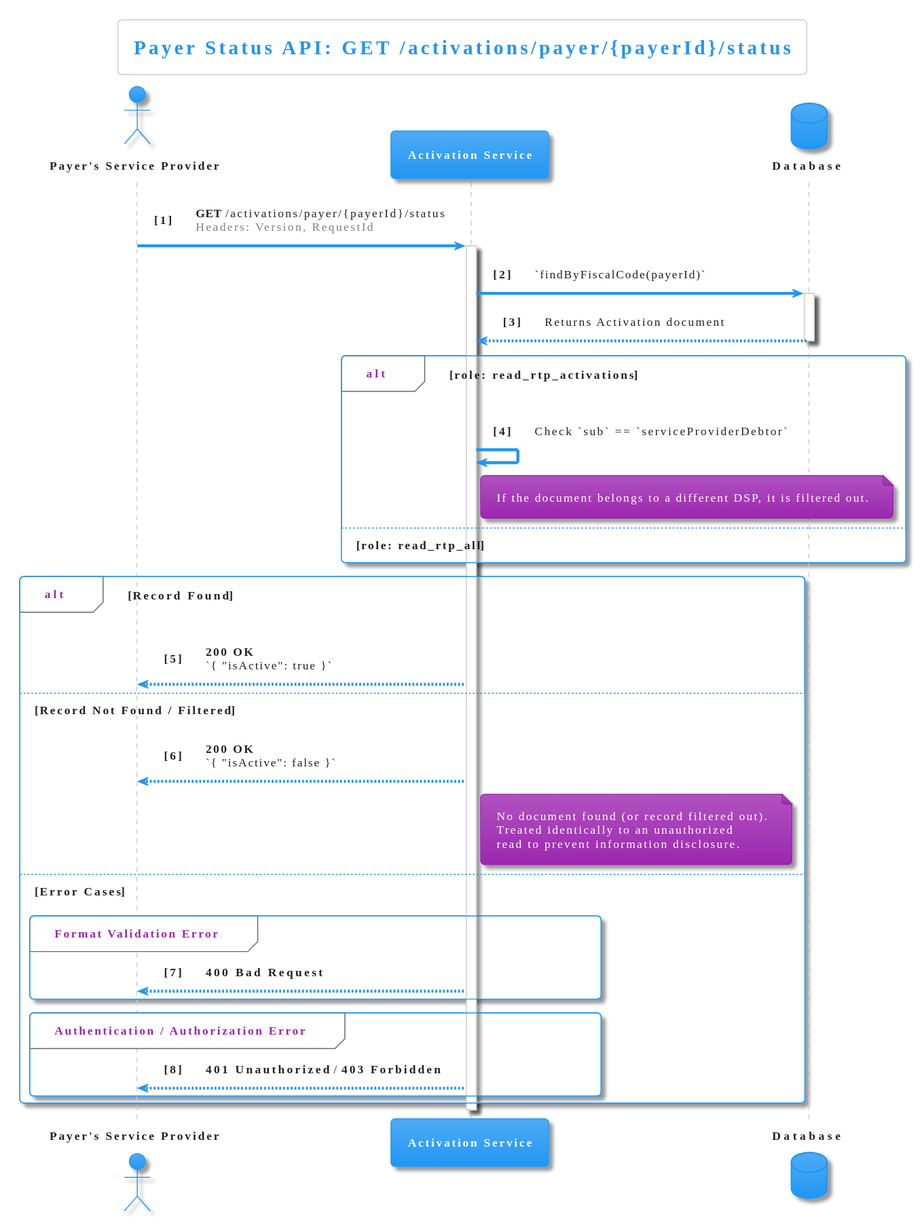
This is diagrams/get-payer-status.svg from pagopa/rtp-docs, a PlantUML export, as it was before one commit.
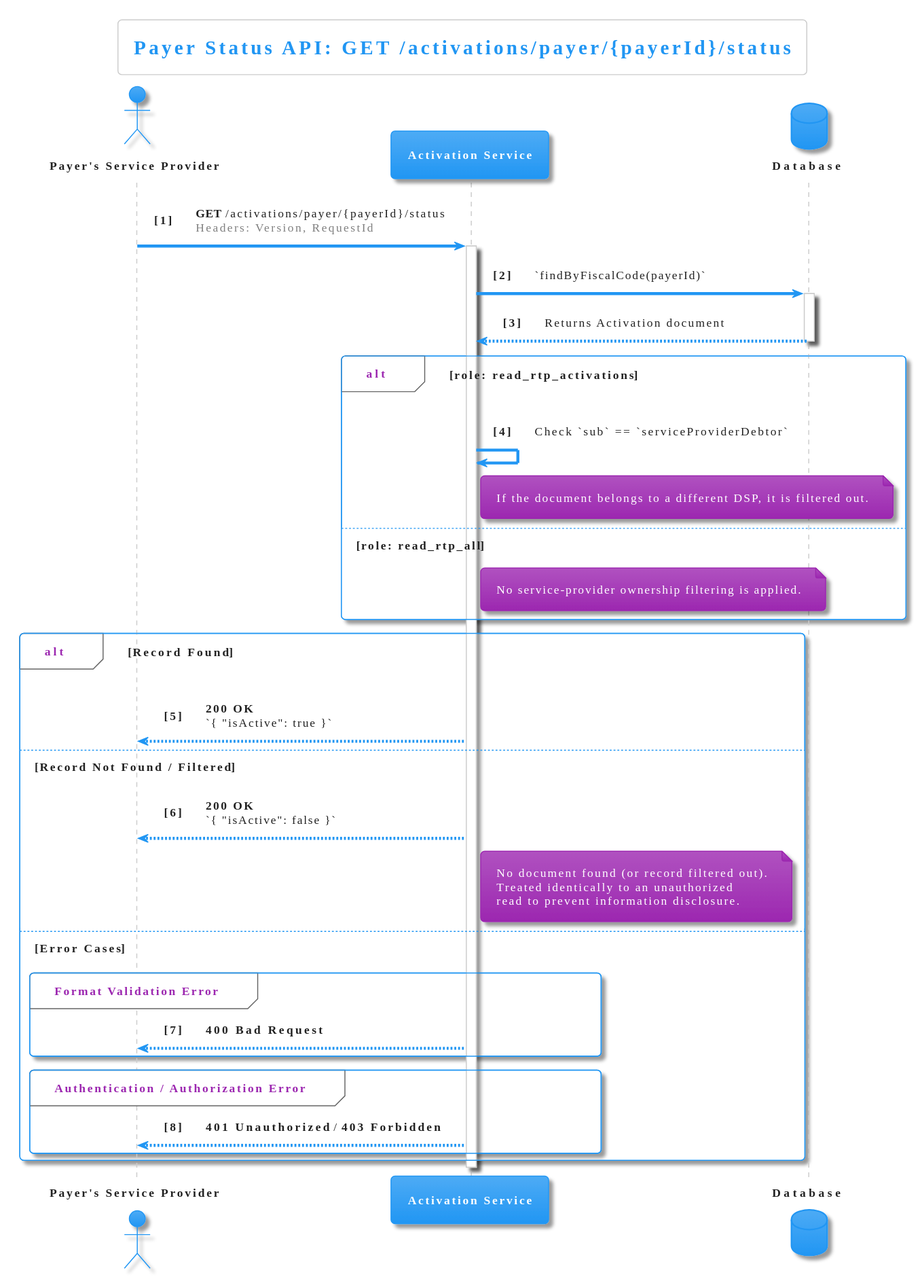
Above is the later version.

Change to the diagram source:
```diff
@@ -27,6 +27,8 @@
 
 else **role: read_rtp_all**
 
+    note right of AS: No service-provider ownership filtering is applied.
+
 end
 
 alt **Record Found**
```
